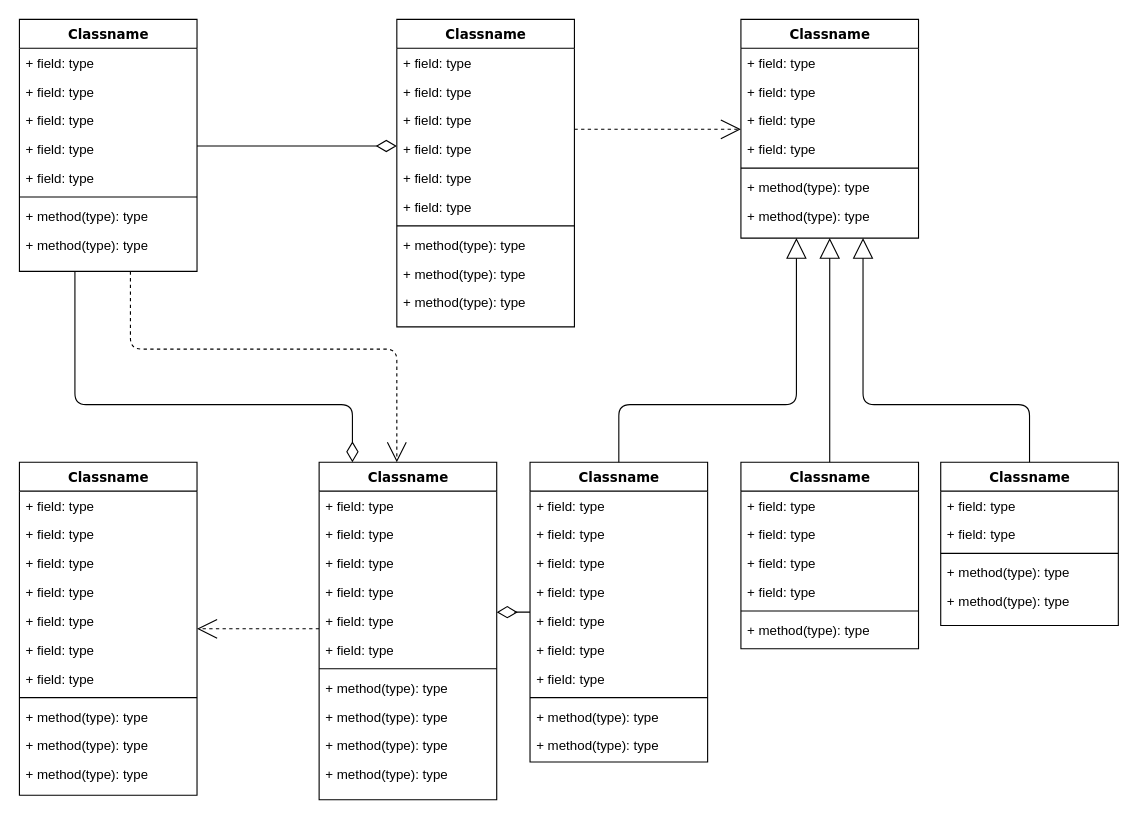
The draw.io diagram Untitled Diagram.drawio in Tnabi/vb-wf-book-lib, before the edit. Source tidied: cells renumbered, new cells numbered last; positions are measured from the earlier drawing's top-left corner, leaving out a move shared by most shapes. Both pictures are drawn from the tidied source at 111%, with x=0, y=0 at pixel (19, 19).
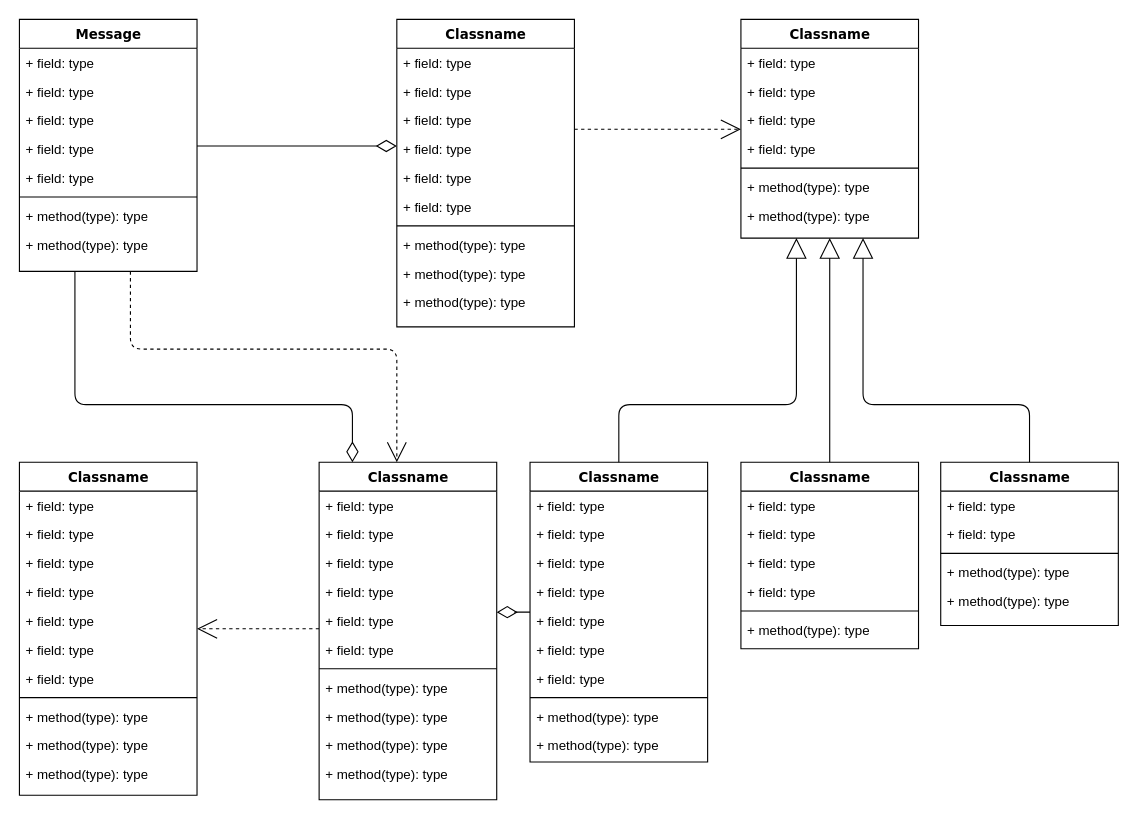
After the change.

Diff of the diagram source:
```diff
@@
-    <mxCell id="4" value="Classname" style="swimlane;html=1;fontStyle=1;align=center;verticalAlign=top;horizontal=1;startSize=26;swimlaneFillColor=#ffffff;rounded=0;shadow=0;comic=0;labelBackgroundColor=none;strokeWidth=1;fillColor=none;fontFamily=Verdana;fontSize=12;" parent="1" vertex="1">
+    <mxCell id="4" value="Message" style="swimlane;html=1;fontStyle=1;align=center;verticalAlign=top;horizontal=1;startSize=26;swimlaneFillColor=#ffffff;rounded=0;shadow=0;comic=0;labelBackgroundColor=none;strokeWidth=1;fillColor=none;fontFamily=Verdana;fontSize=12;" parent="1" vertex="1">
       <mxGeometry width="160" height="227" as="geometry" />
     </mxCell>
```
